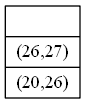
Before: Stack.png, a diagram exported from Graphviz (deathstroke021/EDD_1S2019_P1_201503961). Its source is kept beside it as Stack.dot.
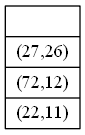
The same diagram one commit later.

Commit message:
Update: fixed the stack bug

Change to the diagram source:
```diff
@@ -1,5 +1,5 @@
 digraph firsGraph{
 node [shape=record];
 rankdir=LR;
-node_A [shape=record    label="|(26,27)|(20,26)"];
+node_A [shape=record    label="|(27,26)|(72,12)|(22,11)"];
 }
```
